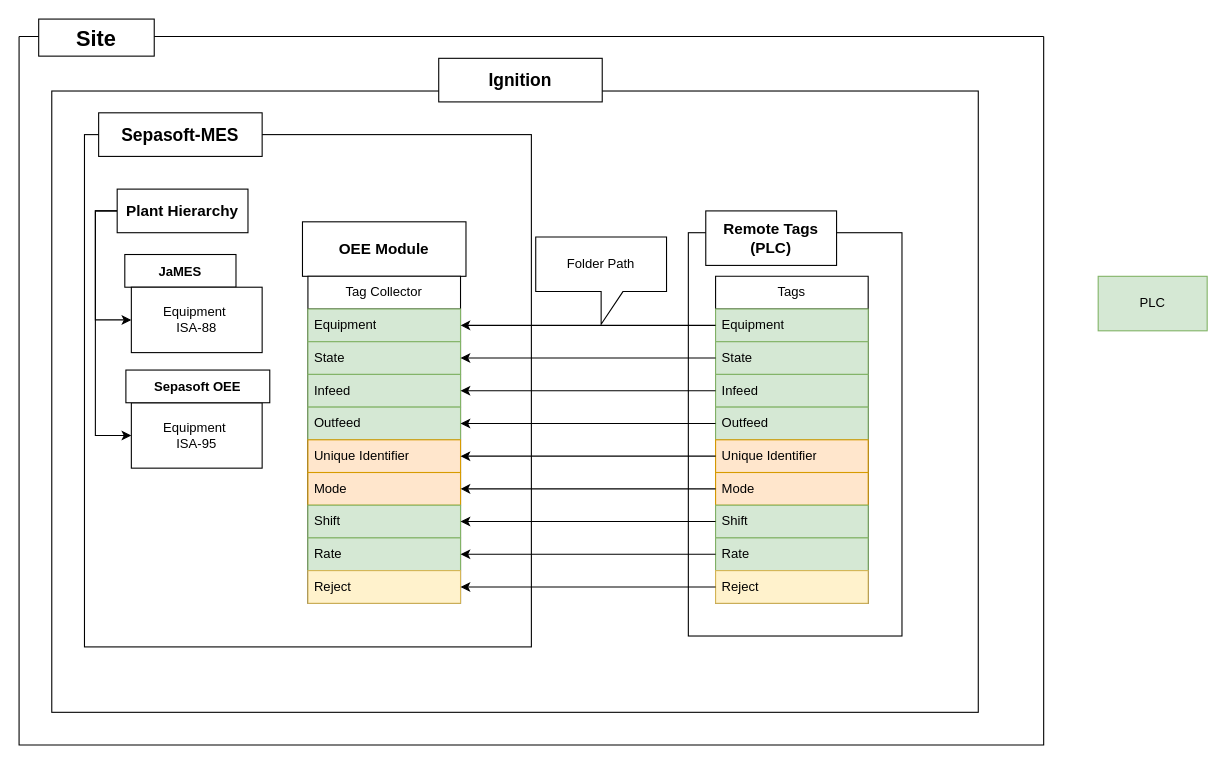
IlScottlI/docs keeps this draw.io diagram as page "OEE Data Flow" (2 of 2) of OEE Data Flow.drawio. Above is the earlier version. Source tidied: cells renumbered, new cells numbered last; positions are measured from the earlier drawing's top-left corner, leaving out a move shared by most shapes. Both pictures are drawn from the tidied source at 109%, with x=0, y=0 at pixel (19, 19).
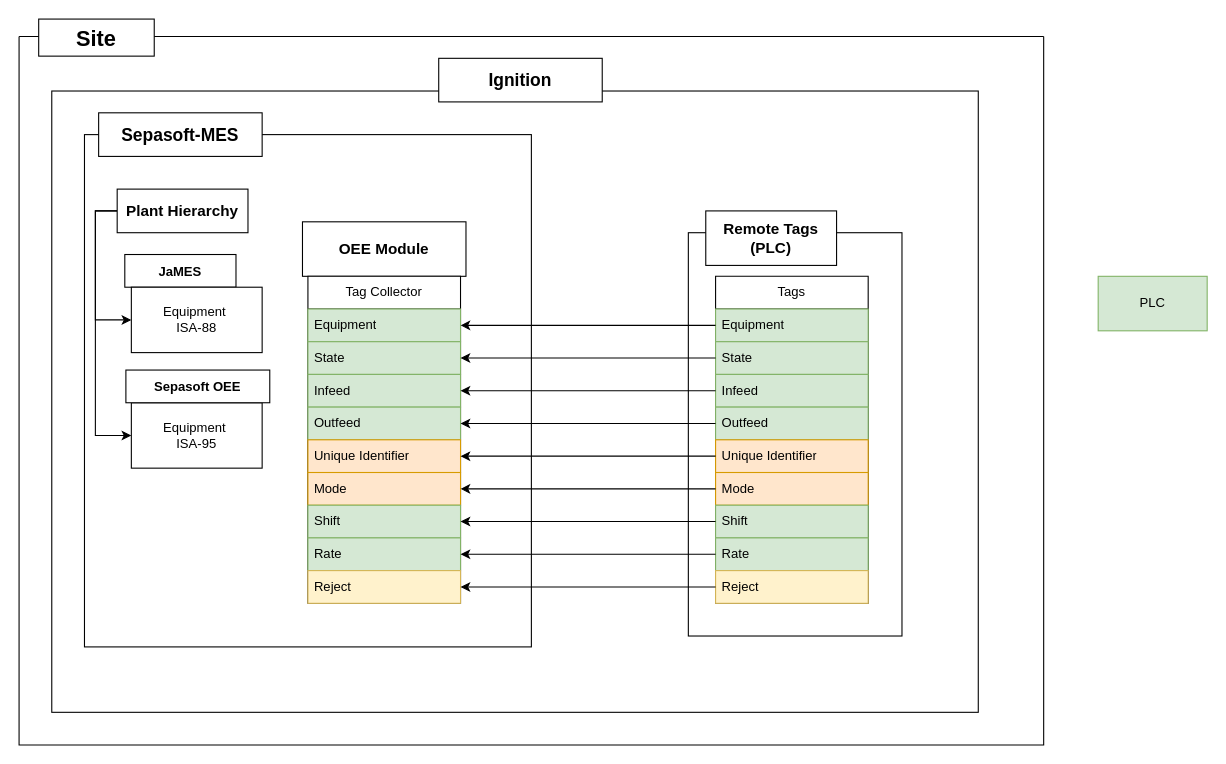
The same page after the edit.

The change refers to these unchanged cells:
```xml
<mxCell id="2" style="swimlane;startSize=0;" parent="1" vertex="1">
  <mxGeometry y="16" width="940" height="650" as="geometry" />
</mxCell>
```

The edit, as a diff of the source:
```diff
@@
-    <mxCell id="46" value="Folder Path" style="shape=callout;whiteSpace=wrap;html=1;perimeter=calloutPerimeter;position2=0.5;" parent="2" vertex="1">
-      <mxGeometry x="474" y="184" width="120" height="80" as="geometry" />
-    </mxCell>
```
